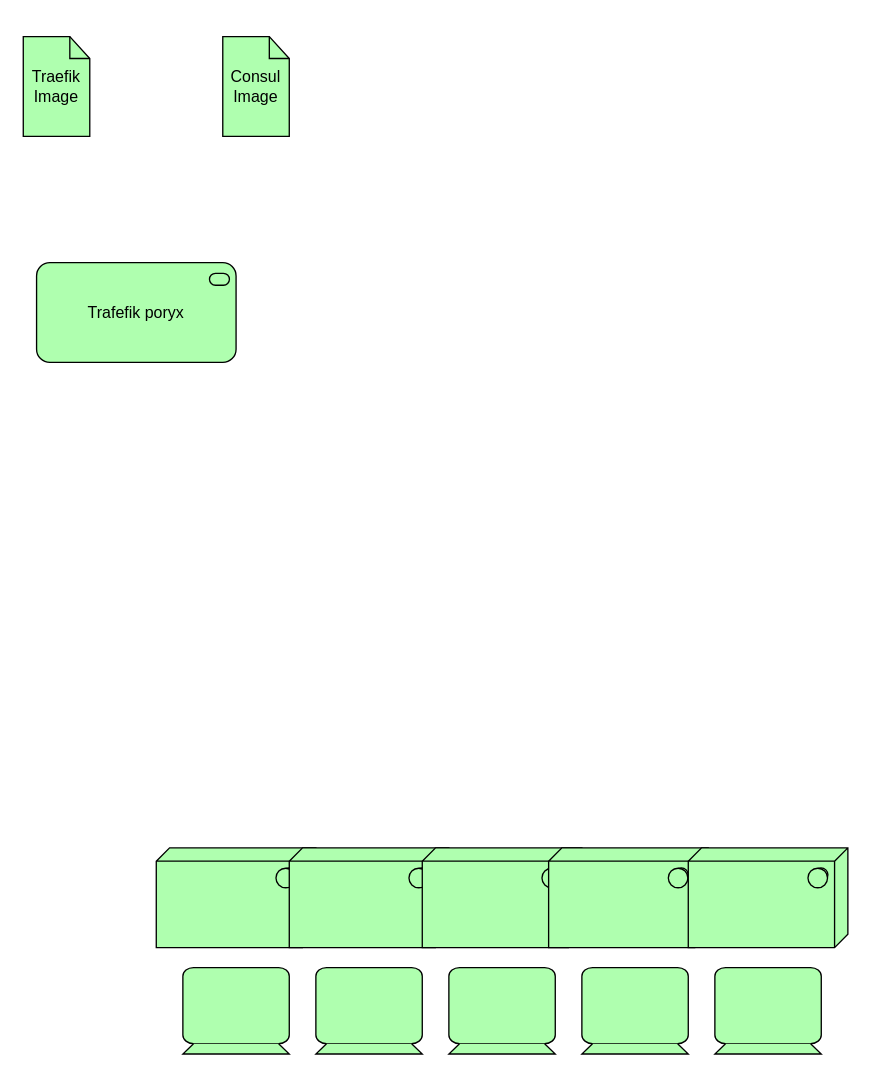
huybrechtsxyz/huybrechtsxyz keeps this draw.io diagram as page "Services" (3 of 3) of design/analysis.drawio. Above is the earlier version. Source tidied: cells renumbered, new cells numbered last; positions are measured from the earlier drawing's top-left corner, leaving out a move shared by most shapes. Both pictures are drawn from the tidied source at 133%, with x=0, y=0 at pixel (23, 36).
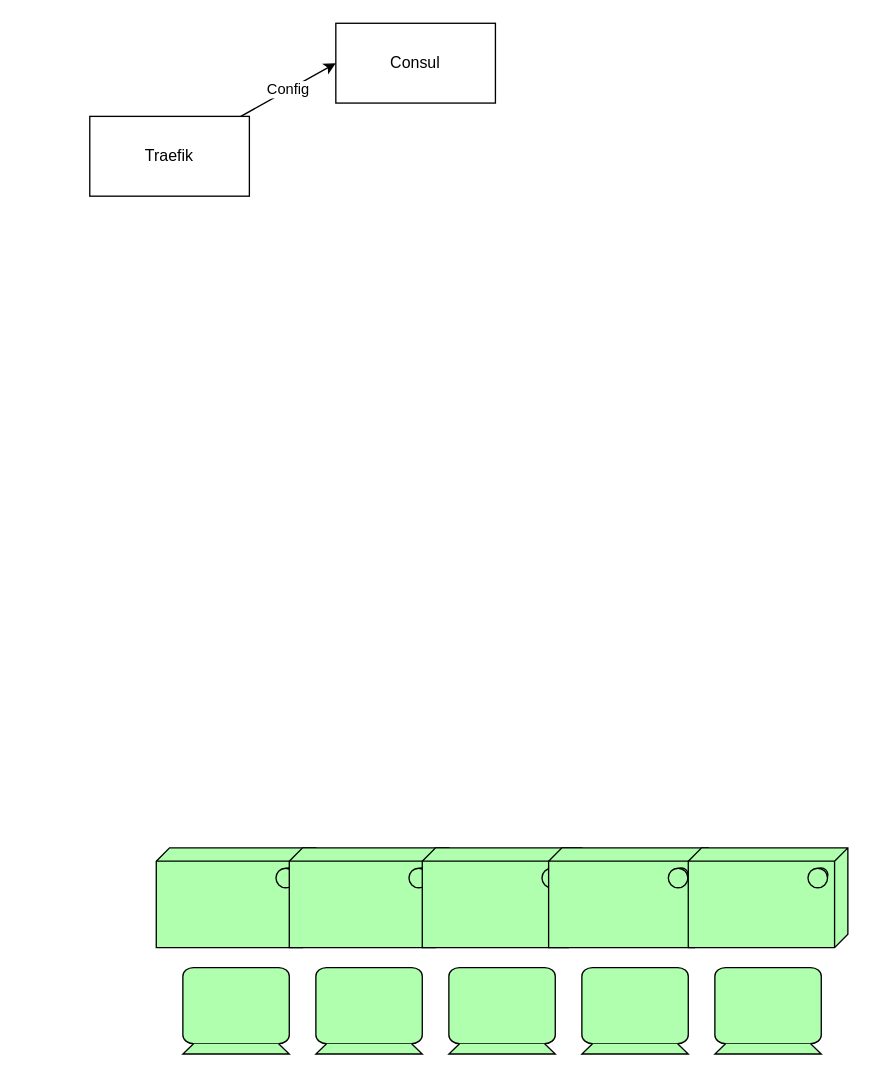
Above is the later version.

What changed in the source:
```diff
@@
 <mxGraphModel>
   <root>
     <mxCell id="0" />
     <mxCell id="1" parent="0" />
     <mxCell id="2" style="html=1;whiteSpace=wrap;fillColor=#AFFFAF;shape=mxgraph.archimate3.device;" parent="1" vertex="1">
       <mxGeometry x="120" y="700" width="80" height="65" as="geometry" />
     </mxCell>
     <mxCell id="3" style="html=1;whiteSpace=wrap;fillColor=#AFFFAF;shape=mxgraph.archimate3.device;" parent="1" vertex="1">
       <mxGeometry x="220" y="700" width="80" height="65" as="geometry" />
     </mxCell>
     <mxCell id="4" style="html=1;whiteSpace=wrap;fillColor=#AFFFAF;shape=mxgraph.archimate3.device;" parent="1" vertex="1">
       <mxGeometry x="320" y="700" width="80" height="65" as="geometry" />
     </mxCell>
     <mxCell id="5" style="html=1;whiteSpace=wrap;fillColor=#AFFFAF;shape=mxgraph.archimate3.device;" parent="1" vertex="1">
       <mxGeometry x="420" y="700" width="80" height="65" as="geometry" />
     </mxCell>
     <mxCell id="6" style="html=1;whiteSpace=wrap;fillColor=#AFFFAF;shape=mxgraph.archimate3.device;" parent="1" vertex="1">
       <mxGeometry x="520" y="700" width="80" height="65" as="geometry" />
     </mxCell>
     <mxCell id="7" style="html=1;whiteSpace=wrap;fillColor=#AFFFAF;shape=mxgraph.archimate3.tech;techType=sysSw;" parent="1" vertex="1">
       <mxGeometry x="100" y="610" width="120" height="75" as="geometry" />
     </mxCell>
     <mxCell id="8" style="html=1;whiteSpace=wrap;fillColor=#AFFFAF;shape=mxgraph.archimate3.tech;techType=sysSw;" parent="1" vertex="1">
       <mxGeometry x="200" y="610" width="120" height="75" as="geometry" />
     </mxCell>
     <mxCell id="9" style="html=1;whiteSpace=wrap;fillColor=#AFFFAF;shape=mxgraph.archimate3.tech;techType=sysSw;" parent="1" vertex="1">
       <mxGeometry x="300" y="610" width="120" height="75" as="geometry" />
     </mxCell>
     <mxCell id="10" style="html=1;whiteSpace=wrap;fillColor=#AFFFAF;shape=mxgraph.archimate3.tech;techType=sysSw;" parent="1" vertex="1">
       <mxGeometry x="395" y="610" width="120" height="75" as="geometry" />
     </mxCell>
     <mxCell id="11" style="html=1;whiteSpace=wrap;fillColor=#AFFFAF;shape=mxgraph.archimate3.tech;techType=sysSw;" parent="1" vertex="1">
       <mxGeometry x="500" y="610" width="120" height="75" as="geometry" />
     </mxCell>
-    <mxCell id="12" value="Traefik Image" style="html=1;whiteSpace=wrap;fillColor=#AFFFAF;shape=mxgraph.archimate3.artifact;" parent="1" vertex="1">
-      <mxGeometry width="50" height="75" as="geometry" />
-    </mxCell>
-    <mxCell id="13" value="Consul Image" style="html=1;whiteSpace=wrap;fillColor=#AFFFAF;shape=mxgraph.archimate3.artifact;" parent="1" vertex="1">
-      <mxGeometry x="150" width="50" height="75" as="geometry" />
-    </mxCell>
-    <mxCell id="14" value="Trafefik poryx" style="html=1;whiteSpace=wrap;fillColor=#AFFFAF;shape=mxgraph.archimate3.application;appType=serv;archiType=rounded;" parent="1" vertex="1">
-      <mxGeometry x="10" y="170" width="150" height="75" as="geometry" />
-    </mxCell>
+    <mxCell id="15" value="Consul" style="rounded=0;whiteSpace=wrap;html=1;" parent="1" vertex="1">
+      <mxGeometry x="235" y="-10" width="120" height="60" as="geometry" />
+    </mxCell>
+    <mxCell id="16" value="Config" style="edgeStyle=none;html=1;entryX=0;entryY=0.5;entryDx=0;entryDy=0;" parent="1" edge="1" source="17" target="15">
+      <mxGeometry relative="1" as="geometry" />
+    </mxCell>
+    <mxCell id="17" value="Traefik" style="rounded=0;whiteSpace=wrap;html=1;" parent="1" vertex="1">
+      <mxGeometry x="50" y="60" width="120" height="60" as="geometry" />
+    </mxCell>
   </root>
 </mxGraphModel>
```
